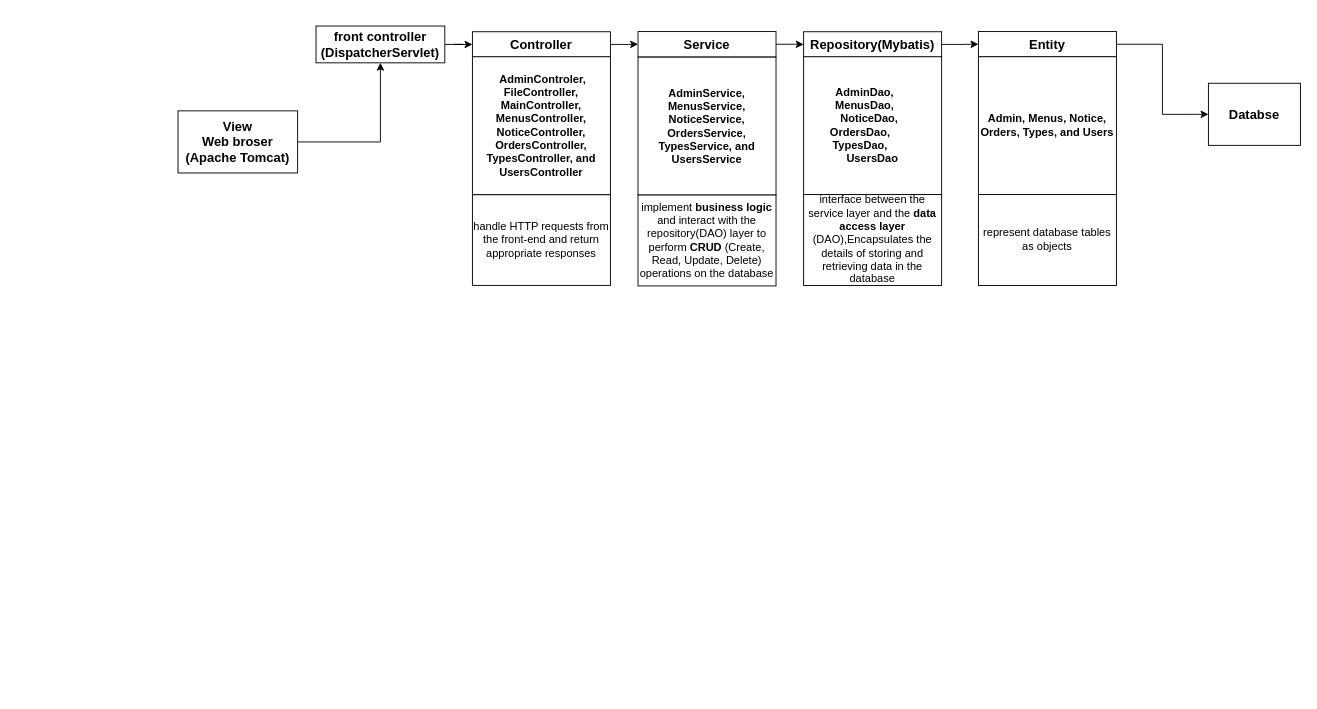
JetfiremaxYao/CW keeps this draw.io diagram as system architecture.drawio. Above is the earlier version. Source tidied: cells renumbered, new cells numbered last; positions are measured from the earlier drawing's top-left corner, leaving out a move shared by most shapes. Both pictures are drawn from the tidied source at 92%, with x=0, y=0 at pixel (178, 26).
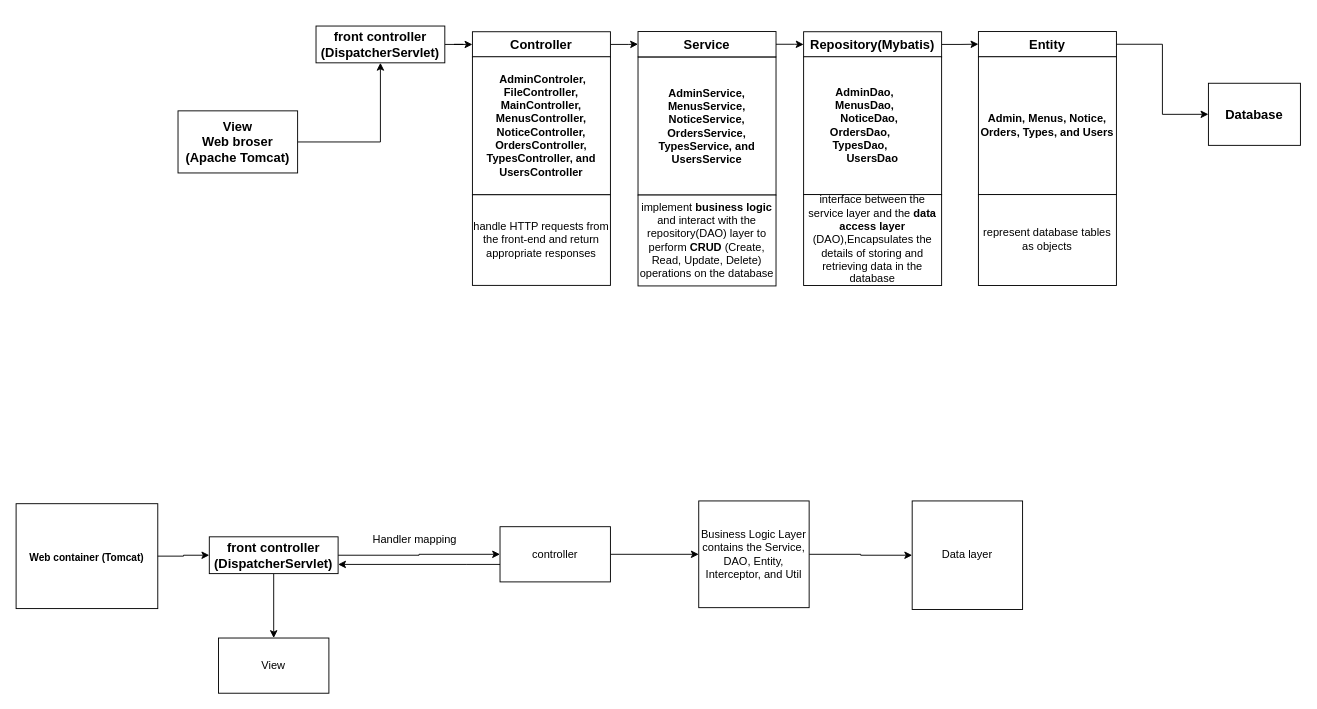
Above is the later version.

Diff of the diagram source:
```diff
@@
-    <mxCell id="18" value="&lt;h3&gt;Databse&lt;/h3&gt;" style="rounded=0;whiteSpace=wrap;html=1;" parent="1" vertex="1">
+    <mxCell id="18" value="&lt;h3&gt;Database&lt;/h3&gt;" style="rounded=0;whiteSpace=wrap;html=1;" parent="1" vertex="1">
       <mxGeometry x="1120" y="62" width="100" height="67.5" as="geometry" />
     </mxCell>
@@
+    <mxCell id="23" value="&lt;h2&gt;&lt;font style=&quot;font-size: 11px;&quot;&gt;Web container (Tomcat)&lt;/font&gt;&lt;/h2&gt;" style="rounded=0;whiteSpace=wrap;html=1;" parent="1" vertex="1">
+      <mxGeometry x="-176" y="519" width="154" height="114" as="geometry" />
+    </mxCell>
+    <mxCell id="24" style="edgeStyle=orthogonalEdgeStyle;rounded=0;jettySize=auto;html=1;" parent="1" edge="1" source="25" target="26">
+      <mxGeometry relative="1" as="geometry" />
+    </mxCell>
+    <mxCell id="25" value="Business Logic Layer contains the Service, DAO, Entity, Interceptor, and Util" style="rounded=0;whiteSpace=wrap;html=1;" parent="1" vertex="1">
+      <mxGeometry x="566" y="516" width="120" height="116" as="geometry" />
+    </mxCell>
+    <mxCell id="26" value="Data layer" style="whiteSpace=wrap;html=1;rounded=0;" parent="1" vertex="1">
+      <mxGeometry x="798" y="516" width="120" height="118" as="geometry" />
+    </mxCell>
+    <mxCell id="27" style="edgeStyle=orthogonalEdgeStyle;rounded=0;jettySize=auto;html=1;" parent="1" edge="1" source="23" target="30">
+      <mxGeometry relative="1" as="geometry" />
+    </mxCell>
+    <mxCell id="28" style="edgeStyle=orthogonalEdgeStyle;rounded=0;jettySize=auto;html=1;entryX=0;entryY=0.5;entryDx=0;entryDy=0;" parent="1" edge="1" source="30" target="33">
+      <mxGeometry relative="1" as="geometry" />
+    </mxCell>
+    <mxCell id="29" style="edgeStyle=orthogonalEdgeStyle;rounded=0;jettySize=auto;html=1;" parent="1" edge="1" source="30" target="35">
+      <mxGeometry relative="1" as="geometry" />
+    </mxCell>
+    <mxCell id="30" value="&lt;h3&gt;front controller (DispatcherServlet) &lt;/h3&gt;" style="rounded=0;whiteSpace=wrap;html=1;" parent="1" vertex="1">
+      <mxGeometry x="34" y="555" width="140" height="40" as="geometry" />
+    </mxCell>
+    <mxCell id="31" style="edgeStyle=orthogonalEdgeStyle;rounded=0;jettySize=auto;html=1;" parent="1" edge="1" source="33" target="25">
+      <mxGeometry relative="1" as="geometry" />
+    </mxCell>
+    <mxCell id="32" style="edgeStyle=orthogonalEdgeStyle;rounded=0;orthogonalLoop=1;jettySize=auto;html=1;entryX=1;entryY=0.75;entryDx=0;entryDy=0;" parent="1" edge="1">
+      <mxGeometry relative="1" as="geometry">
+        <mxPoint x="356" y="585" as="sourcePoint" />
+        <mxPoint x="174" y="585" as="targetPoint" />
+        <Array as="points">
+          <mxPoint x="314" y="585" />
+          <mxPoint x="314" y="585" />
+        </Array>
+      </mxGeometry>
+    </mxCell>
+    <mxCell id="33" value="controller" style="whiteSpace=wrap;html=1;" parent="1" vertex="1">
+      <mxGeometry x="350" y="544" width="120" height="60" as="geometry" />
+    </mxCell>
+    <mxCell id="34" value="Handler mapping" style="text;html=1;align=center;verticalAlign=middle;strokeColor=none;fillColor=none;" parent="1" vertex="1">
+      <mxGeometry x="194" y="544" width="126" height="28" as="geometry" />
+    </mxCell>
+    <mxCell id="35" value="View" style="whiteSpace=wrap;html=1;rounded=0;" parent="1" vertex="1">
+      <mxGeometry x="44" y="665" width="120" height="60" as="geometry" />
+    </mxCell>
```
